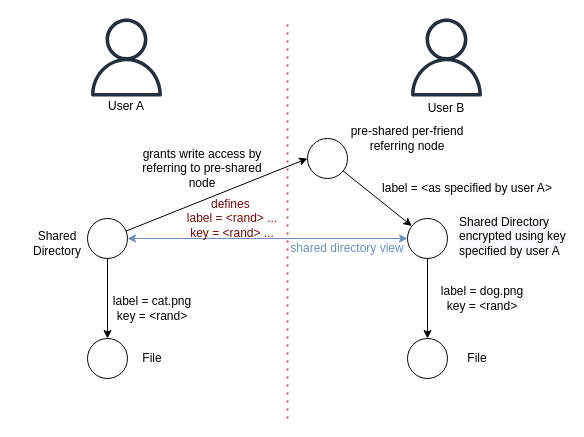
fsteff/certacrypt keeps this draw.io diagram as docs/writeaccess-preshared-node.drawio. Above is the earlier version. Source tidied: cells renumbered, new cells numbered last; positions are measured from the earlier drawing's top-left corner, leaving out a move shared by most shapes. Both pictures are drawn from the tidied source at 100%, with x=0, y=0 at pixel (37, 18).
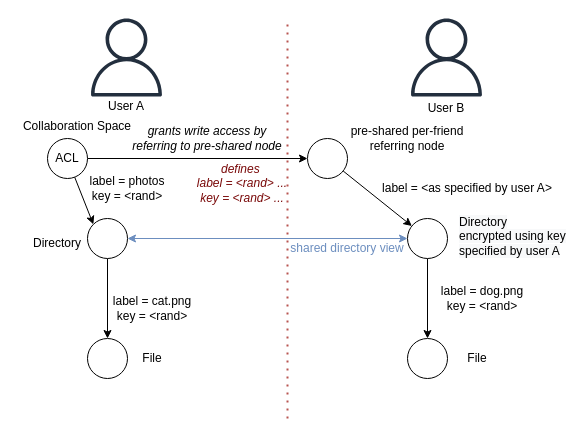
The same diagram, later.

The change refers to these unchanged cells:
```xml
<mxCell id="4" style="ellipse;whiteSpace=wrap;html=1;" parent="1" vertex="1">
  <mxGeometry x="50" y="200" width="40" height="40" as="geometry" />
</mxCell>
<mxCell id="6" style="ellipse;whiteSpace=wrap;html=1;" parent="1" vertex="1">
  <mxGeometry x="270" y="120" width="40" height="40" as="geometry" />
</mxCell>
```

Diff of the diagram source:
```diff
@@
-    <mxCell id="3" style="rounded=0;jettySize=auto;html=1;entryX=0;entryY=0.5;entryDx=0;entryDy=0;" parent="1" edge="1" source="4" target="6">
+    <mxCell id="3" style="rounded=0;jettySize=auto;html=1;entryX=0;entryY=0.5;entryDx=0;entryDy=0;exitX=1;exitY=0.5;exitDx=0;exitDy=0;" parent="1" edge="1" source="29" target="6">
       <mxGeometry relative="1" as="geometry" />
     </mxCell>
@@
-    <mxCell id="12" value="Shared Directory&lt;br&gt;" style="text;html=1;strokeColor=none;fillColor=none;align=center;verticalAlign=middle;whiteSpace=wrap;rounded=0;" parent="1" vertex="1">
+    <mxCell id="12" value="Directory" style="text;html=1;strokeColor=none;fillColor=none;align=center;verticalAlign=middle;whiteSpace=wrap;rounded=0;" parent="1" vertex="1">
       <mxGeometry y="215" width="40" height="20" as="geometry" />
     </mxCell>
-    <mxCell id="13" value="grants write access by referring to pre-shared node" style="text;html=1;strokeColor=none;fillColor=none;align=center;verticalAlign=middle;whiteSpace=wrap;rounded=0;" parent="1" vertex="1">
-      <mxGeometry x="100" y="140" width="130" height="20" as="geometry" />
+    <mxCell id="13" value="&lt;i&gt;grants write access by referring to pre-shared node&lt;/i&gt;" style="text;html=1;strokeColor=none;fillColor=none;align=center;verticalAlign=middle;whiteSpace=wrap;rounded=0;" parent="1" vertex="1">
+      <mxGeometry x="90" y="100" width="160" height="40" as="geometry" />
     </mxCell>
@@
-    <mxCell id="16" value="defines&amp;nbsp;&lt;br&gt;label = &amp;lt;rand&amp;gt; ...&lt;br&gt;key = &amp;lt;rand&amp;gt; ..." style="text;html=1;strokeColor=none;fillColor=none;align=center;verticalAlign=middle;whiteSpace=wrap;rounded=0;fontColor=#7A0A0A;" parent="1" vertex="1">
-      <mxGeometry x="130" y="160" width="130" height="80" as="geometry" />
+    <mxCell id="16" value="&lt;i&gt;defines&amp;nbsp;&lt;br&gt;label = &amp;lt;rand&amp;gt; ...&lt;br&gt;key = &amp;lt;rand&amp;gt; ...&lt;/i&gt;" style="text;html=1;strokeColor=none;fillColor=none;align=center;verticalAlign=middle;whiteSpace=wrap;rounded=0;fontColor=#7A0A0A;" parent="1" vertex="1">
+      <mxGeometry x="140" y="140" width="130" height="50" as="geometry" />
     </mxCell>
@@
-    <mxCell id="21" value="&lt;span style=&quot;font-family: &amp;#34;helvetica&amp;#34; ; font-size: 12px ; font-style: normal ; font-weight: 400 ; letter-spacing: normal ; text-align: center ; text-indent: 0px ; text-transform: none ; word-spacing: 0px ; background-color: rgb(248 , 249 , 250) ; display: inline ; float: none&quot;&gt;Shared Directory&lt;br&gt;encrypted using key specified by user A&lt;/span&gt;" style="text;whiteSpace=wrap;html=1;" parent="1" vertex="1">
+    <mxCell id="21" value="&lt;span style=&quot;font-family: &amp;#34;helvetica&amp;#34; ; font-size: 12px ; font-style: normal ; font-weight: 400 ; letter-spacing: normal ; text-align: center ; text-indent: 0px ; text-transform: none ; word-spacing: 0px ; background-color: rgb(248 , 249 , 250) ; display: inline ; float: none&quot;&gt;Directory&lt;br&gt;encrypted using key specified by user A&lt;/span&gt;" style="text;whiteSpace=wrap;html=1;" parent="1" vertex="1">
       <mxGeometry x="420" y="190" width="110" height="30" as="geometry" />
     </mxCell>
@@
+    <mxCell id="28" style="rounded=0;jettySize=auto;html=1;entryX=0;entryY=0;entryDx=0;entryDy=0;" parent="1" edge="1" source="29" target="4">
+      <mxGeometry relative="1" as="geometry" />
+    </mxCell>
+    <mxCell id="29" style="ellipse;whiteSpace=wrap;html=1;" parent="1" vertex="1">
+      <mxGeometry x="10" y="120" width="40" height="40" as="geometry" />
+    </mxCell>
+    <mxCell id="30" value="label = photos&lt;br&gt;key = &amp;lt;rand&amp;gt;" style="text;html=1;strokeColor=none;fillColor=none;align=center;verticalAlign=middle;whiteSpace=wrap;rounded=0;" parent="1" vertex="1">
+      <mxGeometry x="45" y="160" width="90" height="20" as="geometry" />
+    </mxCell>
+    <mxCell id="31" value="Collaboration Space" style="text;html=1;strokeColor=none;fillColor=none;align=center;verticalAlign=middle;whiteSpace=wrap;rounded=0;" parent="1" vertex="1">
+      <mxGeometry x="-20" y="98" width="120" height="20" as="geometry" />
+    </mxCell>
+    <mxCell id="32" value="ACL" style="text;html=1;strokeColor=none;fillColor=none;align=center;verticalAlign=middle;whiteSpace=wrap;rounded=0;" parent="1" vertex="1">
+      <mxGeometry x="10" y="130" width="40" height="20" as="geometry" />
+    </mxCell>
```
